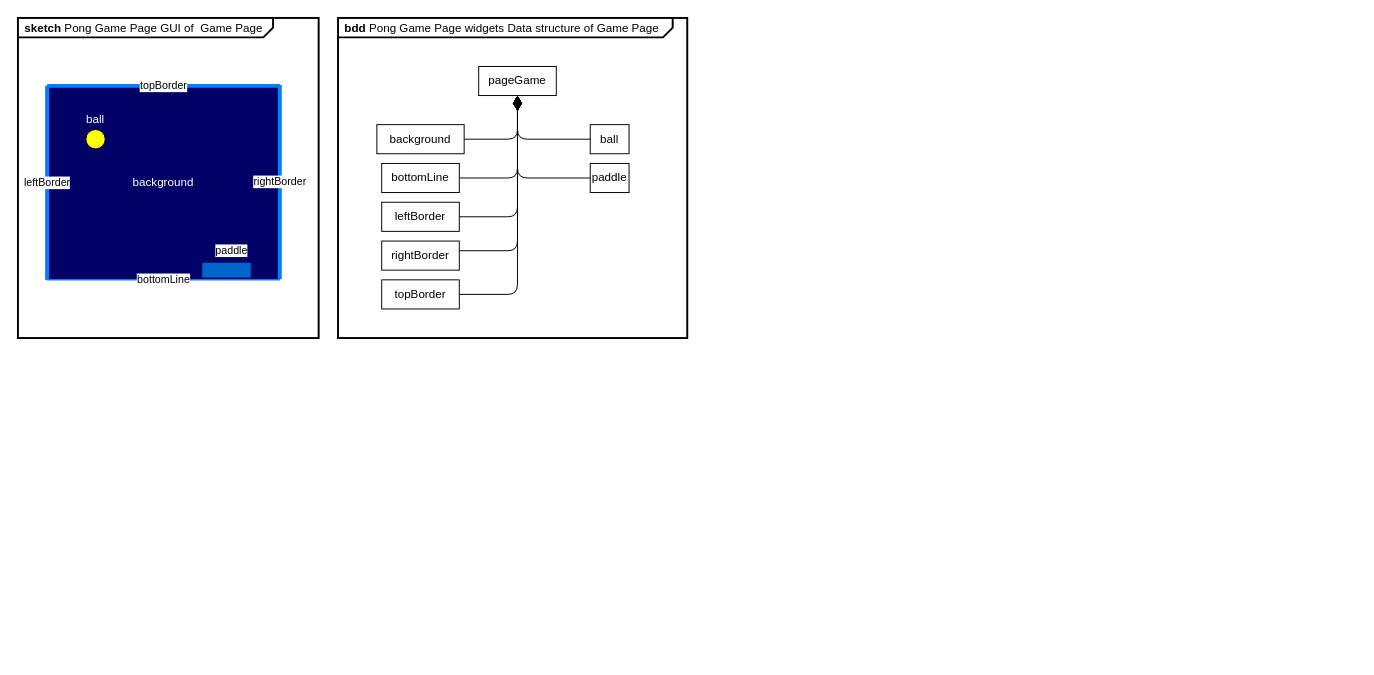
nepbuur1/test_lasergame_2_rework_CleanGUI_godmode keeps this draw.io diagram as page "GUI Design" (2 of 11) of apps/pong_simple/models/drawio/pong_cg.drawio. Above is the earlier version. Source tidied: cells renumbered, new cells numbered last; positions are measured from the earlier drawing's top-left corner, leaving out a move shared by most shapes. Both pictures are drawn from the tidied source at 97%, with x=0, y=0 at pixel (17, 17).
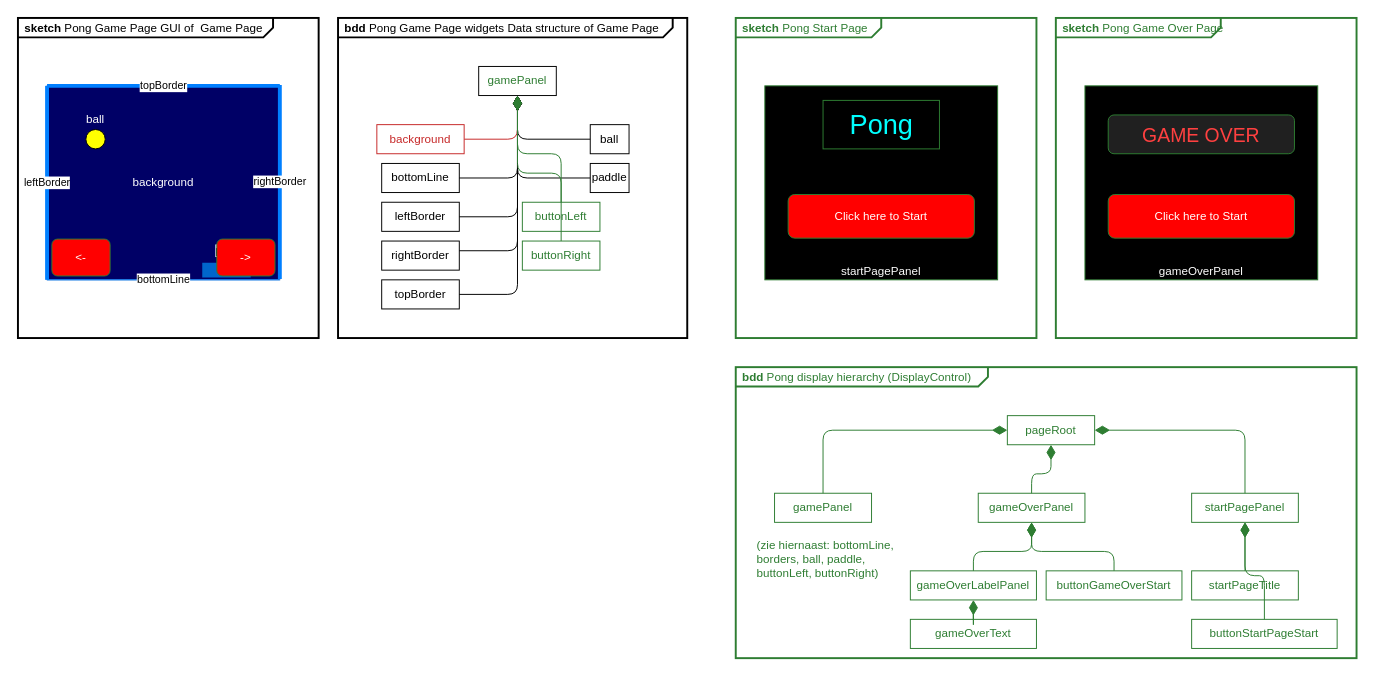
The same page after the edit.

Change to the diagram source:
```diff
@@
-    <mxCell id="5" style="edgeStyle=orthogonalEdgeStyle;rounded=1;jettySize=auto;html=1;startArrow=diamondThin;startFill=1;startSize=13;endArrow=none;endFill=0;curved=0;" parent="1" edge="1" source="6" target="7">
+    <mxCell id="5" style="edgeStyle=orthogonalEdgeStyle;rounded=1;jettySize=auto;html=1;startArrow=diamondThin;startFill=1;startSize=13;endArrow=none;endFill=0;curved=0;strokeColor=#c62828;fontColor=#c62828;" parent="1" edge="1" source="6" target="7">
       <mxGeometry relative="1" as="geometry">
         <Array as="points">
           <mxPoint x="515" y="125" />
         </Array>
       </mxGeometry>
     </mxCell>
-    <mxCell id="6" value="pageGame" style="rounded=0;whiteSpace=wrap;html=1;" parent="1" vertex="1">
+    <mxCell id="6" value="&lt;font color=&quot;#2e7d32&quot;&gt;gamePanel&lt;/font&gt;" style="rounded=0;whiteSpace=wrap;html=1;" parent="1" vertex="1">
       <mxGeometry x="475" y="50" width="80" height="30" as="geometry" />
     </mxCell>
-    <mxCell id="7" value="background" style="rounded=0;whiteSpace=wrap;html=1;" parent="1" vertex="1">
+    <mxCell id="7" value="background" style="rounded=0;whiteSpace=wrap;html=1;strokeColor=#c62828;fontColor=#c62828;" parent="1" vertex="1">
       <mxGeometry x="370" y="110" width="90" height="30" as="geometry" />
     </mxCell>
@@
+    <mxCell id="26" value="buttonLeft" style="rounded=0;whiteSpace=wrap;html=1;strokeColor=#2e7d32;fontColor=#2e7d32;" parent="1" vertex="1">
+      <mxGeometry x="520" y="190" width="80" height="30" as="geometry" />
+    </mxCell>
+    <mxCell id="27" value="buttonRight" style="rounded=0;whiteSpace=wrap;html=1;strokeColor=#2e7d32;fontColor=#2e7d32;" parent="1" vertex="1">
+      <mxGeometry x="520" y="230" width="80" height="30" as="geometry" />
+    </mxCell>
+    <mxCell id="28" style="edgeStyle=orthogonalEdgeStyle;rounded=1;jettySize=auto;html=1;startArrow=diamondThin;startFill=1;startSize=13;endArrow=none;endFill=0;curved=0;strokeColor=#2e7d32;fontColor=#2e7d32;" parent="1" edge="1" source="6" target="26">
+      <mxGeometry relative="1" as="geometry" />
+    </mxCell>
+    <mxCell id="29" style="edgeStyle=orthogonalEdgeStyle;rounded=1;jettySize=auto;html=1;startArrow=diamondThin;startFill=1;startSize=13;endArrow=none;endFill=0;curved=0;strokeColor=#2e7d32;fontColor=#2e7d32;" parent="1" edge="1" source="6" target="27">
+      <mxGeometry relative="1" as="geometry" />
+    </mxCell>
+    <mxCell id="30" value="&amp;lt;-" style="rounded=1;whiteSpace=wrap;html=1;fillColor=#FF0000;fontColor=#FFFFFF;strokeColor=#2e7d32;" parent="1" vertex="1">
+      <mxGeometry x="35" y="228" width="60" height="38" as="geometry" />
+    </mxCell>
+    <mxCell id="31" value="-&amp;gt;" style="rounded=1;whiteSpace=wrap;html=1;fillColor=#FF0000;fontColor=#FFFFFF;strokeColor=#2e7d32;" parent="1" vertex="1">
+      <mxGeometry x="205" y="228" width="60" height="38" as="geometry" />
+    </mxCell>
+    <mxCell id="32" value="&lt;p style=&quot;margin:0px;margin-top:4px;margin-left:7px;text-align:left;&quot;&gt;&lt;b&gt;sketch&lt;/b&gt;  Pong Start Page&lt;/p&gt;" style="html=1;shape=mxgraph.sysml.package;overflow=fill;labelX=150;strokeWidth=2;align=center;strokeColor=#2e7d32;fontColor=#2e7d32;" parent="1" vertex="1">
+      <mxGeometry x="740" width="310" height="330" as="geometry" />
+    </mxCell>
+    <mxCell id="33" value="startPagePanel" style="rounded=0;whiteSpace=wrap;html=1;fillColor=#000000;fontColor=#FFFFFF;verticalAlign=bottom;strokeColor=#2e7d32;" parent="1" vertex="1">
+      <mxGeometry x="770" y="70" width="240" height="200" as="geometry" />
+    </mxCell>
+    <mxCell id="34" value="&lt;font style=&quot;font-size: 28px;&quot;&gt;Pong&lt;/font&gt;" style="text;html=1;align=center;verticalAlign=middle;fontColor=#00FFFF;strokeColor=#2e7d32;" parent="1" vertex="1">
+      <mxGeometry x="830" y="85" width="120" height="50" as="geometry" />
+    </mxCell>
+    <mxCell id="35" value="Click here to Start" style="rounded=1;whiteSpace=wrap;html=1;fillColor=#FF0000;fontColor=#FFFFFF;strokeColor=#2e7d32;" parent="1" vertex="1">
+      <mxGeometry x="794" y="182" width="192" height="45" as="geometry" />
+    </mxCell>
+    <mxCell id="36" value="&lt;p style=&quot;margin:0px;margin-top:4px;margin-left:7px;text-align:left;&quot;&gt;&lt;b&gt;sketch&lt;/b&gt;  Pong Game Over Page&lt;/p&gt;" style="html=1;shape=mxgraph.sysml.package;overflow=fill;labelX=170;strokeWidth=2;align=center;strokeColor=#2e7d32;fontColor=#2e7d32;" parent="1" vertex="1">
+      <mxGeometry x="1070" width="310" height="330" as="geometry" />
+    </mxCell>
+    <mxCell id="37" value="gameOverPanel" style="rounded=0;whiteSpace=wrap;html=1;fillColor=#000000;fontColor=#FFFFFF;verticalAlign=bottom;strokeColor=#2e7d32;" parent="1" vertex="1">
+      <mxGeometry x="1100" y="70" width="240" height="200" as="geometry" />
+    </mxCell>
+    <mxCell id="38" value="&lt;font style=&quot;font-size: 20px;&quot;&gt;GAME OVER&lt;/font&gt;" style="rounded=1;whiteSpace=wrap;html=1;fillColor=#202020;fontColor=#FF4040;strokeColor=#2e7d32;" parent="1" vertex="1">
+      <mxGeometry x="1124" y="100" width="192" height="40" as="geometry" />
+    </mxCell>
+    <mxCell id="39" value="Click here to Start" style="rounded=1;whiteSpace=wrap;html=1;fillColor=#FF0000;fontColor=#FFFFFF;strokeColor=#2e7d32;" parent="1" vertex="1">
+      <mxGeometry x="1124" y="182" width="192" height="45" as="geometry" />
+    </mxCell>
+    <mxCell id="40" value="&lt;p style=&quot;margin:0px;margin-top:4px;margin-left:7px;text-align:left;&quot;&gt;&lt;b&gt;bdd&lt;/b&gt;  Pong display hierarchy (DisplayControl)&lt;/p&gt;" style="html=1;shape=mxgraph.sysml.package;overflow=fill;labelX=260;strokeWidth=2;align=center;strokeColor=#2e7d32;fontColor=#2e7d32;" parent="1" vertex="1">
+      <mxGeometry x="740" y="360" width="640" height="300" as="geometry" />
+    </mxCell>
+    <mxCell id="41" value="pageRoot" style="rounded=0;whiteSpace=wrap;html=1;strokeColor=#2e7d32;fontColor=#2e7d32;" parent="1" vertex="1">
+      <mxGeometry x="1020" y="410" width="90" height="30" as="geometry" />
+    </mxCell>
+    <mxCell id="42" value="gamePanel" style="rounded=0;whiteSpace=wrap;html=1;strokeColor=#2e7d32;fontColor=#2e7d32;" parent="1" vertex="1">
+      <mxGeometry x="780" y="490" width="100" height="30" as="geometry" />
+    </mxCell>
+    <mxCell id="43" value="gameOverPanel" style="rounded=0;whiteSpace=wrap;html=1;strokeColor=#2e7d32;fontColor=#2e7d32;" parent="1" vertex="1">
+      <mxGeometry x="990" y="490" width="110" height="30" as="geometry" />
+    </mxCell>
+    <mxCell id="44" value="startPagePanel" style="rounded=0;whiteSpace=wrap;html=1;strokeColor=#2e7d32;fontColor=#2e7d32;" parent="1" vertex="1">
+      <mxGeometry x="1210" y="490" width="110" height="30" as="geometry" />
+    </mxCell>
+    <mxCell id="45" value="gameOverLabelPanel" style="rounded=0;whiteSpace=wrap;html=1;strokeColor=#2e7d32;fontColor=#2e7d32;" parent="1" vertex="1">
+      <mxGeometry x="920" y="570" width="130" height="30" as="geometry" />
+    </mxCell>
+    <mxCell id="46" value="gameOverText" style="rounded=0;whiteSpace=wrap;html=1;strokeColor=#2e7d32;fontColor=#2e7d32;" parent="1" vertex="1">
+      <mxGeometry x="920" y="620" width="130" height="30" as="geometry" />
+    </mxCell>
+    <mxCell id="47" value="buttonGameOverStart" style="rounded=0;whiteSpace=wrap;html=1;strokeColor=#2e7d32;fontColor=#2e7d32;" parent="1" vertex="1">
+      <mxGeometry x="1060" y="570" width="140" height="30" as="geometry" />
+    </mxCell>
+    <mxCell id="48" value="startPageTitle" style="rounded=0;whiteSpace=wrap;html=1;strokeColor=#2e7d32;fontColor=#2e7d32;" parent="1" vertex="1">
+      <mxGeometry x="1210" y="570" width="110" height="30" as="geometry" />
+    </mxCell>
+    <mxCell id="49" value="buttonStartPageStart" style="rounded=0;whiteSpace=wrap;html=1;strokeColor=#2e7d32;fontColor=#2e7d32;" parent="1" vertex="1">
+      <mxGeometry x="1210" y="620" width="150" height="30" as="geometry" />
+    </mxCell>
+    <mxCell id="50" value="(zie hiernaast: bottomLine, borders, ball, paddle, buttonLeft, buttonRight)" style="text;html=1;whiteSpace=wrap;align=left;fontColor=#2e7d32;" parent="1" vertex="1">
+      <mxGeometry x="760" y="530" width="150" height="60" as="geometry" />
+    </mxCell>
+    <mxCell id="51" style="edgeStyle=orthogonalEdgeStyle;rounded=1;jettySize=auto;html=1;startArrow=diamondThin;startFill=1;startSize=13;endArrow=none;endFill=0;curved=0;strokeColor=#2e7d32;fontColor=#2e7d32;" parent="1" edge="1" source="41" target="42">
+      <mxGeometry relative="1" as="geometry" />
+    </mxCell>
+    <mxCell id="52" style="edgeStyle=orthogonalEdgeStyle;rounded=1;jettySize=auto;html=1;startArrow=diamondThin;startFill=1;startSize=13;endArrow=none;endFill=0;curved=0;strokeColor=#2e7d32;fontColor=#2e7d32;" parent="1" edge="1" source="41" target="43">
+      <mxGeometry relative="1" as="geometry" />
+    </mxCell>
+    <mxCell id="53" style="edgeStyle=orthogonalEdgeStyle;rounded=1;jettySize=auto;html=1;startArrow=diamondThin;startFill=1;startSize=13;endArrow=none;endFill=0;curved=0;strokeColor=#2e7d32;fontColor=#2e7d32;" parent="1" edge="1" source="41" target="44">
+      <mxGeometry relative="1" as="geometry" />
+    </mxCell>
+    <mxCell id="54" style="edgeStyle=orthogonalEdgeStyle;rounded=1;jettySize=auto;html=1;startArrow=diamondThin;startFill=1;startSize=13;endArrow=none;endFill=0;curved=0;strokeColor=#2e7d32;fontColor=#2e7d32;" parent="1" edge="1" source="43" target="45">
+      <mxGeometry relative="1" as="geometry" />
+    </mxCell>
+    <mxCell id="55" style="edgeStyle=orthogonalEdgeStyle;rounded=1;jettySize=auto;html=1;startArrow=diamondThin;startFill=1;startSize=13;endArrow=none;endFill=0;curved=0;strokeColor=#2e7d32;fontColor=#2e7d32;" parent="1" edge="1" source="45" target="46">
+      <mxGeometry relative="1" as="geometry" />
+    </mxCell>
+    <mxCell id="56" style="edgeStyle=orthogonalEdgeStyle;rounded=1;jettySize=auto;html=1;startArrow=diamondThin;startFill=1;startSize=13;endArrow=none;endFill=0;curved=0;strokeColor=#2e7d32;fontColor=#2e7d32;" parent="1" edge="1" source="43" target="47">
+      <mxGeometry relative="1" as="geometry" />
+    </mxCell>
+    <mxCell id="57" style="edgeStyle=orthogonalEdgeStyle;rounded=1;jettySize=auto;html=1;startArrow=diamondThin;startFill=1;startSize=13;endArrow=none;endFill=0;curved=0;strokeColor=#2e7d32;fontColor=#2e7d32;" parent="1" edge="1" source="44" target="48">
+      <mxGeometry relative="1" as="geometry" />
+    </mxCell>
+    <mxCell id="58" style="edgeStyle=orthogonalEdgeStyle;rounded=1;jettySize=auto;html=1;startArrow=diamondThin;startFill=1;startSize=13;endArrow=none;endFill=0;curved=0;strokeColor=#2e7d32;fontColor=#2e7d32;" parent="1" edge="1" source="44" target="49">
+      <mxGeometry relative="1" as="geometry" />
+    </mxCell>
```
